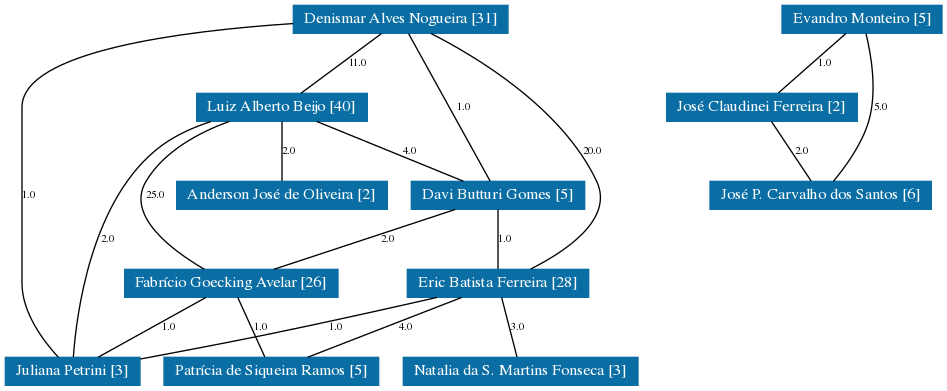
Above: PPGEAB/grafoDeColaboracoesComPesos.png in icamps/unifal-lattes (Graphviz), before the change. Its source is kept beside it as PPGEAB/grafoDeColaboracoesComPesos.dot.
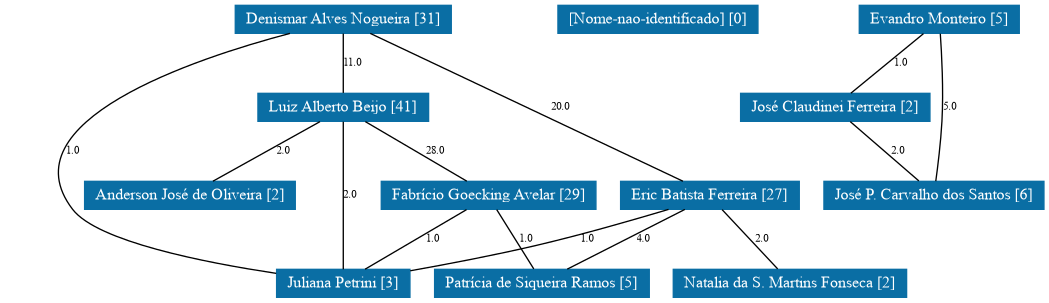
After the change.

Change to the diagram source:
```diff
@@ -1,5 +1,5 @@
 strict graph grafo2 {
-	graph [bb="0,0,702.5,285",
+	graph [bb="0,0,778.96,219",
 		id=grafo2,
 		overlap=False
 	];
@@ -8,160 +8,144 @@
 		shape=rectangle,
 		style=filled
 	];
-	0	 [URL="membro-3858924778362309.html",
+	0	[URL="membro-3858924778362309.html",
 		color="#0A6EA4",
 		fontcolor="#FFFFFF",
 		height=0.29167,
 		label="Denismar Alves Nogueira [31]",
-		pos="296.5,274.5",
-		width=2.2361];
-	1	 [URL="membro-8194104388434526.html",
+		pos="253.46,208.5",
+		width=2.25];
+	1	[URL="membro-8194104388434526.html",
 		color="#0A6EA4",
 		fontcolor="#FFFFFF",
 		height=0.29167,
-		label="Luiz Alberto Beijo [40]",
-		pos="207.5,208.5",
+		label="Luiz Alberto Beijo [41]",
+		pos="253.46,142.5",
 		width=1.7778];
-	0 -- 1	 [fontsize=8,
+	0 -- 1	[fontsize=8,
 		label=11.0,
-		lp="264,241.5",
-		pos="282.2,263.9 265.59,251.58 238.36,231.38 221.76,219.08"];
-	2	 [URL="membro-0326922176762825.html",
+		lp="260.46,175.5",
+		pos="253.46,197.78 253.46,185.75 253.46,165.38 253.46,153.31"];
+	3	[URL="membro-9965398009651936.html",
 		color="#0A6EA4",
 		fontcolor="#FFFFFF",
 		height=0.29167,
-		label="Davi Butturi Gomes [5]",
-		pos="369.5,142.5",
-		width=1.8056];
-	0 -- 2	 [fontsize=8,
-		label=1.0,
-		lp="343.5,208.5",
-		pos="302.47,263.7 316.23,238.82 350.01,177.74 363.65,153.08"];
-	3	 [URL="membro-9965398009651936.html",
-		color="#0A6EA4",
-		fontcolor="#FFFFFF",
-		height=0.29167,
-		label="Eric Batista Ferreira [28]",
-		pos="369.5,76.5",
-		width=1.8889];
-	0 -- 3	 [fontsize=8,
+		label="Eric Batista Ferreira [27]",
+		pos="528.46,76.5",
+		width=1.8611];
+	0 -- 3	[fontsize=8,
 		label=20.0,
-		lp="440.5,175.5",
-		pos="319.25,263.87 353.66,246.35 417.69,207.82 443.5,153 456.8,124.75 420.29,100.46 393.94,87.211"];
-	5	 [URL="membro-9510541669291293.html",
+		lp="416.46,142.5",
+		pos="273.68,197.94 324.54,173.9 457.32,111.13 508.21,87.073"];
+	5	[URL="membro-9510541669291293.html",
 		color="#0A6EA4",
 		fontcolor="#FFFFFF",
 		height=0.29167,
 		label="Juliana Petrini [3]",
-		pos="50.5,10.5",
-		width=1.4028];
-	0 -- 5	 [fontsize=8,
+		pos="253.46,10.5",
+		width=1.3889];
+	0 -- 5	[fontsize=8,
 		label=1.0,
-		lp="17.5,142.5",
-		pos="215.88,271.34 131.91,265.79 12.5,250.51 12.5,208.5 12.5,208.5 12.5,208.5 12.5,76.5 12.5,54.552 28.478,33.317 39.712,21.098"];
-	1 -- 2	 [fontsize=8,
-		label=4.0,
-		lp="303.5,175.5",
-		pos="233.53,197.9 263.76,185.58 313.33,165.38 343.54,153.08"];
-	1 -- 5	 [fontsize=8,
+		lp="50.458,109.5",
+		pos="213.46,197.96 141.01,178.81 0,131.79 50.458,66 68.945,41.894 149.26,26.091 203.15,17.987"];
+	1 -- 5	[fontsize=8,
 		label=2.0,
-		lp="76.5,109.5",
-		pos="154.31,197.9 141.47,193.72 128.34,187.94 117.5,180 63.891,140.74 53.149,51.831 51.02,21.148"];
-	4	 [URL="membro-6886514520601172.html",
+		lp="258.46,76.5",
+		pos="253.46,131.73 253.46,107.52 253.46,44.986 253.46,21.031"];
+	4	[URL="membro-6886514520601172.html",
 		color="#0A6EA4",
 		fontcolor="#FFFFFF",
 		height=0.29167,
-		label="Fabrício Goecking Avelar [26]",
-		pos="169.5,76.5",
-		width=2.2222];
-	1 -- 4	 [fontsize=8,
-		label=25.0,
-		lp="112.5,142.5",
-		pos="167.94,197.96 145.39,189.7 118.99,175.7 105.5,153 90.106,127.1 125.2,101.07 149.27,87.046"];
-	8	 [URL="membro-1349156075777095.html",
+		label="Fabrício Goecking Avelar [29]",
+		pos="362.46,76.5",
+		width=2.2361];
+	1 -- 4	[fontsize=8,
+		label=28.0,
+		lp="322.46,109.5",
+		pos="270.02,131.78 290.62,119.68 325.6,99.146 346.11,87.102"];
+	8	[URL="membro-1349156075777095.html",
 		color="#0A6EA4",
 		fontcolor="#FFFFFF",
 		height=0.29167,
 		label="Anderson José de Oliveira [2]",
-		pos="207.5,142.5",
+		pos="138.46,76.5",
 		width=2.1944];
-	1 -- 8	 [fontsize=8,
+	1 -- 8	[fontsize=8,
 		label=2.0,
-		lp="212.5,175.5",
-		pos="207.5,197.9 207.5,185.65 207.5,165.62 207.5,153.3"];
-	2 -- 3	 [fontsize=8,
+		lp="208.46,109.5",
+		pos="235.99,131.78 214.25,119.68 177.36,99.146 155.71,87.102"];
+	3 -- 5	[fontsize=8,
 		label=1.0,
-		lp="374.5,109.5",
-		pos="369.5,131.9 369.5,119.65 369.5,99.622 369.5,87.297"];
-	2 -- 4	 [fontsize=8,
-		label=2.0,
-		lp="286.5,109.5",
-		pos="337.37,131.9 300.04,119.58 238.84,99.383 201.55,87.078"];
-	3 -- 5	 [fontsize=8,
-		label=1.0,
-		lp="247.5,43.5",
-		pos="323.68,65.934 289.73,58.203 242.3,47.606 200.5,39 167.53,32.211 130.35,25.144 101.26,19.745"];
-	6	 [URL="membro-7184150832649950.html",
+		lp="436.46,43.5",
+		pos="497.4,65.963 471.18,58.112 432.58,47.009 398.46,39 367.16,31.651 331.7,24.899 303.68,19.924"];
+	6	[URL="membro-7184150832649950.html",
 		color="#0A6EA4",
 		fontcolor="#FFFFFF",
 		height=0.29167,
 		label="Patrícia de Siqueira Ramos [5]",
-		pos="199.5,10.5",
+		pos="402.46,10.5",
 		width=2.2361];
-	3 -- 6	 [fontsize=8,
+	3 -- 6	[fontsize=8,
 		label=4.0,
-		lp="300.5,43.5",
-		pos="342.19,65.896 310.46,53.58 258.44,33.383 226.75,21.078"];
-	7	 [URL="membro-3374954104030940.html",
+		lp="478.46,43.5",
+		pos="509.6,65.919 485.84,53.853 445.27,33.243 421.45,21.147"];
+	7	[URL="membro-3374954104030940.html",
 		color="#0A6EA4",
 		fontcolor="#FFFFFF",
 		height=0.29167,
-		label="Natalia da S. Martins Fonseca [3]",
-		pos="386.5,10.5",
-		width=2.4444];
-	3 -- 7	 [fontsize=8,
-		label=3.0,
-		lp="384.5,43.5",
-		pos="372.23,65.896 375.38,53.653 380.54,33.622 383.72,21.297"];
-	4 -- 5	 [fontsize=8,
+		label="Natalia da S. Martins Fonseca [2]",
+		pos="588.46,10.5",
+		width=2.4306];
+	3 -- 7	[fontsize=8,
+		label=2.0,
+		lp="567.46,43.5",
+		pos="537.57,65.78 548.85,53.751 567.95,33.383 579.26,21.312"];
+	4 -- 5	[fontsize=8,
 		label=1.0,
-		lp="122.5,43.5",
-		pos="150.38,65.896 128.17,53.58 91.758,33.383 69.572,21.078"];
-	4 -- 6	 [fontsize=8,
+		lp="320.46,43.5",
+		pos="345.91,65.78 325.3,53.681 290.33,33.146 269.81,21.102"];
+	4 -- 6	[fontsize=8,
 		label=1.0,
-		lp="191.5,43.5",
-		pos="174.32,65.896 179.89,53.653 188.99,33.622 194.59,21.297"];
-	9	 [URL="membro-3089568911577519.html",
+		lp="390.46,43.5",
+		pos="368.54,65.78 376.05,53.751 388.78,33.383 396.33,21.312"];
+	2	[URL="membro-0326922176762825.html",
+		color="#0A6EA4",
+		fontcolor="#FFFFFF",
+		height=0.29167,
+		label="[Nome-nao-identificado] [0]",
+		pos="489.46,208.5",
+		width=2.0833];
+	9	[URL="membro-3089568911577519.html",
 		color="#0A6EA4",
 		fontcolor="#FFFFFF",
 		height=0.29167,
 		label="Evandro Monteiro [5]",
-		pos="642.5,274.5",
+		pos="700.46,208.5",
 		width=1.6667];
-	10	 [URL="membro-6808752952332925.html",
+	10	[URL="membro-6808752952332925.html",
 		color="#0A6EA4",
 		fontcolor="#FFFFFF",
 		height=0.29167,
 		label="José Claudinei Ferreira [2]",
-		pos="567.5,208.5",
-		width=1.9861];
-	9 -- 10	 [fontsize=8,
+		pos="622.46,142.5",
+		width=1.9722];
+	9 -- 10	[fontsize=8,
 		label=1.0,
-		lp="614.5,241.5",
-		pos="630.45,263.9 616.54,251.65 593.77,231.62 579.77,219.3"];
-	11	 [URL="membro-9393213180145144.html",
+		lp="671.46,175.5",
+		pos="688.61,197.78 673.87,185.68 648.84,165.15 634.16,153.1"];
+	11	[URL="membro-9393213180145144.html",
 		color="#0A6EA4",
 		fontcolor="#FFFFFF",
 		height=0.29167,
 		label="José P. Carvalho dos Santos [6]",
-		pos="611.5,142.5",
-		width=2.3056];
-	9 -- 11	 [fontsize=8,
+		pos="696.46,76.5",
+		width=2.2917];
+	9 -- 11	[fontsize=8,
 		label=5.0,
-		lp="656.5,208.5",
-		pos="645.48,263.85 649.18,248.83 654.22,220.72 647.5,198 642.35,180.6 629.84,163.54 621.02,153.02"];
-	10 -- 11	 [fontsize=8,
+		lp="708.46,142.5",
+		pos="701.23,197.72 702.24,183.32 703.75,155.57 702.46,132 701.59,116.22 699.33,97.991 697.84,87.122"];
+	10 -- 11	[fontsize=8,
 		label=2.0,
-		lp="597.5,175.5",
-		pos="574.57,197.9 582.73,185.65 596.09,165.62 604.3,153.3"];
+		lp="669.46,109.5",
+		pos="633.7,131.78 647.61,119.75 671.16,99.383 685.12,87.312"];
 }
```
